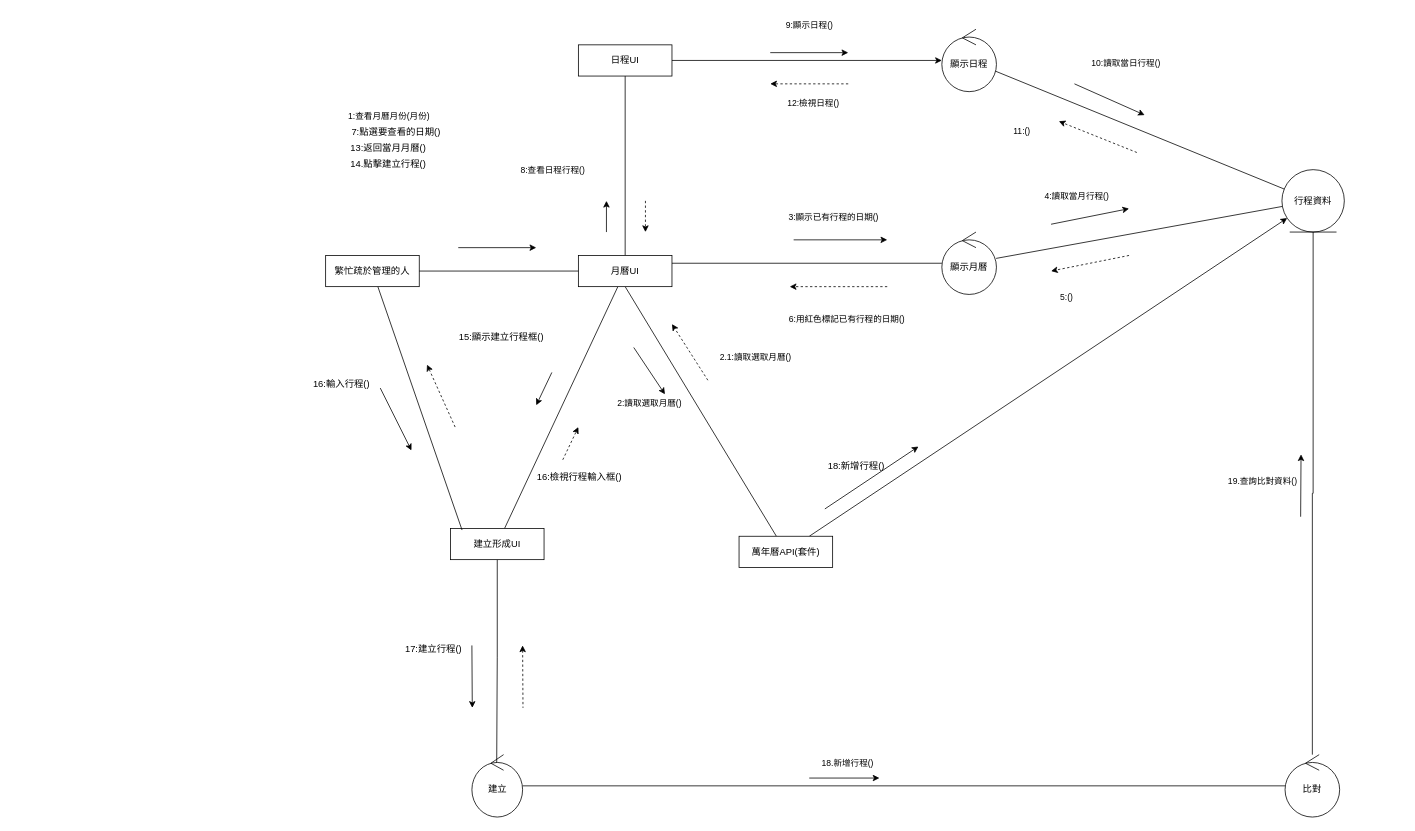
Earlier version of the draw.io diagram 未命名绘图.drawio (Kevincheng0804/Graduation-Topic). Source tidied: cells renumbered, new cells numbered last; positions are measured from the earlier drawing's top-left corner, leaving out a move shared by most shapes. Both pictures are drawn from the tidied source at 78%, with x=0, y=0 at pixel (302, 13).
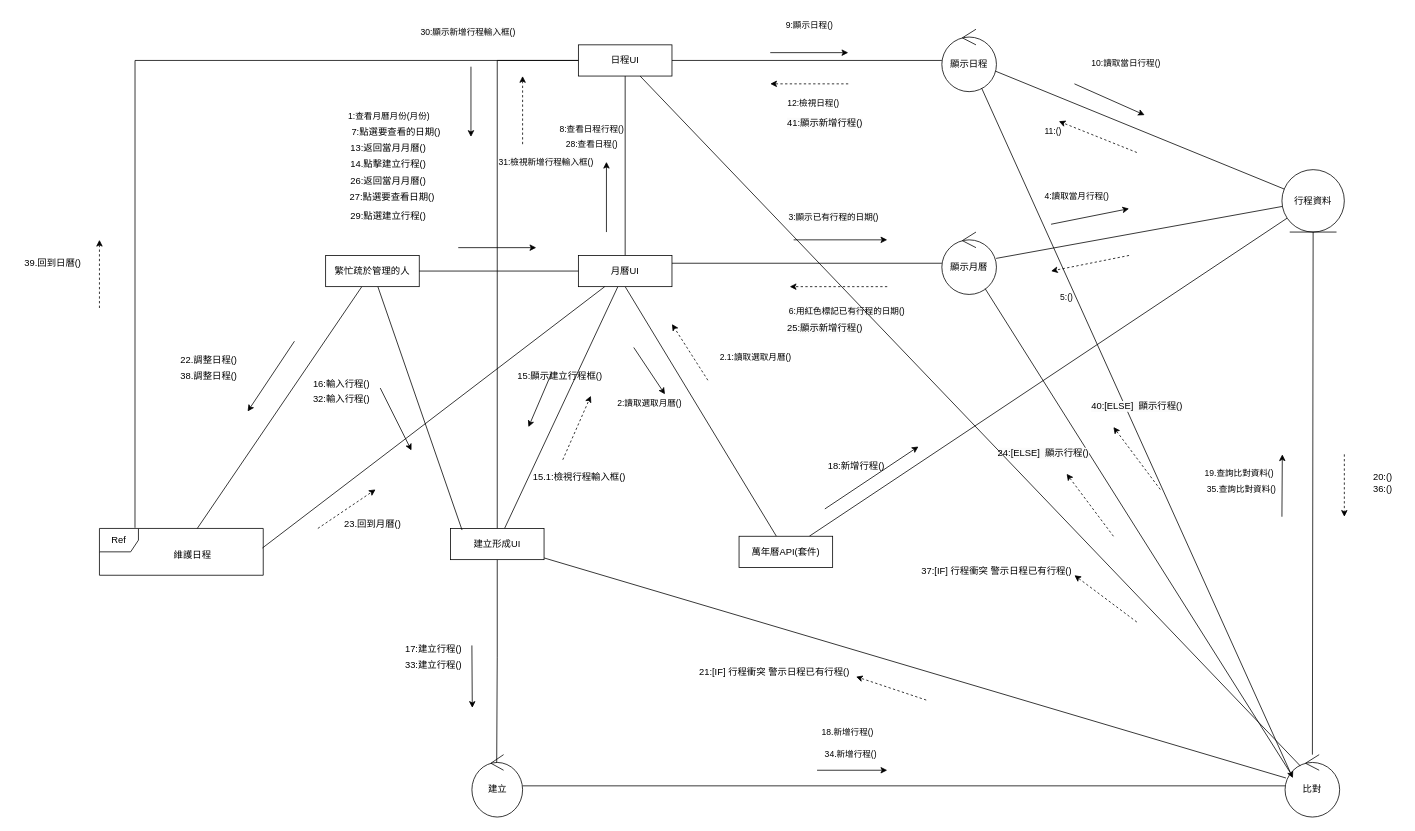
The same diagram, later.

Commit message:
更新未命名绘图.drawio

Unchanged cells that the change refers to:
```xml
<mxCell id="4" style="edgeStyle=orthogonalEdgeStyle;rounded=0;jettySize=auto;html=1;endArrow=none;endFill=0;" parent="1" edge="1" source="7" target="9">
  <mxGeometry relative="1" as="geometry" />
</mxCell>
<mxCell id="7" value="&lt;div&gt;&lt;span style=&quot;background-color: initial;&quot;&gt;月曆UI&lt;/span&gt;&lt;/div&gt;" style="rounded=0;whiteSpace=wrap;html=1;" parent="1" vertex="1">
  <mxGeometry x="354" y="310" width="120" height="40" as="geometry" />
</mxCell>
<mxCell id="9" value="日程UI" style="rounded=0;whiteSpace=wrap;html=1;" parent="1" vertex="1">
  <mxGeometry x="354" y="40" width="120" height="40" as="geometry" />
</mxCell>
<mxCell id="11" value="萬年曆API(套件)" style="rounded=0;whiteSpace=wrap;html=1;" parent="1" vertex="1">
  <mxGeometry x="560" y="670" width="120" height="40" as="geometry" />
</mxCell>
<mxCell id="13" value="建立形成UI" style="rounded=0;whiteSpace=wrap;html=1;" parent="1" vertex="1">
  <mxGeometry x="190" y="660" width="120" height="40" as="geometry" />
</mxCell>
<mxCell id="15" value="繁忙疏於管理的人" style="rounded=0;whiteSpace=wrap;html=1;" parent="1" vertex="1">
  <mxGeometry x="30" y="310" width="120" height="40" as="geometry" />
</mxCell>
<mxCell id="40" value="顯示月曆" style="ellipse;shape=umlControl;whiteSpace=wrap;html=1;" parent="1" vertex="1">
  <mxGeometry x="820" y="280" width="70" height="80" as="geometry" />
</mxCell>
<mxCell id="41" style="edgeStyle=orthogonalEdgeStyle;rounded=0;jettySize=auto;html=1;endArrow=none;endFill=0;" parent="1" edge="1" source="43" target="49">
  <mxGeometry relative="1" as="geometry" />
</mxCell>
<mxCell id="44" value="行程資料" style="ellipse;shape=umlEntity;whiteSpace=wrap;html=1;" parent="1" vertex="1">
  <mxGeometry x="1256" y="200" width="80" height="80" as="geometry" />
</mxCell>
<mxCell id="46" value="顯示日程" style="ellipse;shape=umlControl;whiteSpace=wrap;html=1;" parent="1" vertex="1">
  <mxGeometry x="820" y="20" width="70" height="80" as="geometry" />
</mxCell>
<mxCell id="49" value="比對" style="ellipse;shape=umlControl;whiteSpace=wrap;html=1;" parent="1" vertex="1">
  <mxGeometry x="1260" y="950" width="70" height="80" as="geometry" />
</mxCell>
```

Diff of the diagram source:
```diff
@@
     <mxCell id="5" value="8:查看日程行程()" style="edgeLabel;html=1;align=center;verticalAlign=middle;" parent="4" vertex="1">
       <mxGeometry x="-0.62" y="3" relative="1" as="geometry">
-        <mxPoint x="-91" y="-66" as="offset" />
+        <mxPoint x="-41" y="-119" as="offset" />
       </mxGeometry>
     </mxCell>
@@
-    <mxCell id="8" style="edgeStyle=orthogonalEdgeStyle;rounded=0;jettySize=auto;html=1;" parent="1" edge="1" source="9" target="46">
+    <mxCell id="8" style="edgeStyle=orthogonalEdgeStyle;rounded=0;jettySize=auto;html=1;endArrow=none;endFill=0;" parent="1" edge="1" source="9" target="46">
       <mxGeometry relative="1" as="geometry" />
     </mxCell>
+    <mxCell id="77" style="edgeStyle=orthogonalEdgeStyle;rounded=0;jettySize=auto;html=1;endArrow=none;endFill=0;" parent="1" edge="1" source="9" target="13">
+      <mxGeometry relative="1" as="geometry" />
+    </mxCell>
@@
-    <mxCell id="10" style="rounded=0;jettySize=auto;html=1;" parent="1" edge="1" source="11" target="44">
+    <mxCell id="10" style="rounded=0;jettySize=auto;html=1;endArrow=none;endFill=0;" parent="1" edge="1" source="11" target="44">
       <mxGeometry relative="1" as="geometry" />
     </mxCell>
@@
+    <mxCell id="78" style="rounded=0;jettySize=auto;html=1;endArrow=none;endFill=0;" parent="1" edge="1" source="13" target="49">
+      <mxGeometry relative="1" as="geometry" />
+    </mxCell>
@@
+    <mxCell id="79" style="rounded=0;jettySize=auto;html=1;endArrow=none;endFill=0;" parent="1" edge="1" source="15" target="87">
+      <mxGeometry relative="1" as="geometry" />
+    </mxCell>
@@
     <mxCell id="29" style="html=1;rounded=0;" parent="1" edge="1">
       <mxGeometry relative="1" as="geometry">
         <mxPoint x="390" y="280" as="sourcePoint" />
-        <mxPoint x="390" y="240" as="targetPoint" />
+        <mxPoint x="390" y="190" as="targetPoint" />
       </mxGeometry>
     </mxCell>
@@
     <mxCell id="32" style="html=1;rounded=0;" parent="1" edge="1">
       <mxGeometry relative="1" as="geometry">
         <mxPoint x="320" y="460" as="sourcePoint" />
-        <mxPoint x="300" y="502" as="targetPoint" />
+        <mxPoint x="290" y="530" as="targetPoint" />
       </mxGeometry>
     </mxCell>
     <mxCell id="33" value="15:顯示建立行程框()" style="text;html=1;align=center;verticalAlign=middle;strokeColor=none;fillColor=none;" parent="1" vertex="1">
-      <mxGeometry x="190" y="400" width="130" height="30" as="geometry" />
+      <mxGeometry x="265" y="450" width="130" height="30" as="geometry" />
     </mxCell>
     <mxCell id="34" style="html=1;rounded=0;dashed=1;" parent="1" edge="1">
       <mxGeometry relative="1" as="geometry">
         <mxPoint x="334" y="572" as="sourcePoint" />
-        <mxPoint x="354" y="530" as="targetPoint" />
+        <mxPoint x="370" y="490" as="targetPoint" />
       </mxGeometry>
     </mxCell>
-    <mxCell id="35" value="16:檢視行程輸入框()" style="text;html=1;align=center;verticalAlign=middle;strokeColor=none;fillColor=none;" parent="1" vertex="1">
-      <mxGeometry x="290" y="580" width="130" height="30" as="geometry" />
+    <mxCell id="35" value="15.1:檢視行程輸入框()" style="text;html=1;align=center;verticalAlign=middle;strokeColor=none;fillColor=none;" parent="1" vertex="1">
+      <mxGeometry x="285" y="580" width="140" height="30" as="geometry" />
     </mxCell>
@@
-    <mxCell id="37" style="html=1;rounded=0;dashed=1;" parent="1" edge="1">
-      <mxGeometry relative="1" as="geometry">
-        <mxPoint x="440" y="240" as="sourcePoint" />
-        <mxPoint x="440" y="280" as="targetPoint" />
-      </mxGeometry>
-    </mxCell>
@@
     <mxCell id="42" value="18.新增行程()" style="edgeLabel;html=1;align=center;verticalAlign=middle;" parent="41" vertex="1">
       <mxGeometry x="-0.15" relative="1" as="geometry">
-        <mxPoint x="1" y="-30" as="offset" />
+        <mxPoint x="1" y="-70" as="offset" />
       </mxGeometry>
     </mxCell>
@@
-    <mxCell id="47" style="edgeStyle=orthogonalEdgeStyle;rounded=0;jettySize=auto;html=1;entryX=0.5;entryY=1;entryDx=0;entryDy=0;endArrow=none;endFill=0;" parent="1" edge="1" source="49" target="44">
+    <mxCell id="47" style="rounded=0;jettySize=auto;html=1;entryX=0.5;entryY=1;entryDx=0;entryDy=0;endArrow=none;endFill=0;" parent="1" edge="1" source="49" target="44">
       <mxGeometry relative="1" as="geometry" />
     </mxCell>
     <mxCell id="48" value="19.查詢比對資料()" style="edgeLabel;html=1;align=center;verticalAlign=middle;" parent="47" vertex="1">
       <mxGeometry x="-0.08" y="2" relative="1" as="geometry">
-        <mxPoint x="-63" y="-43" as="offset" />
+        <mxPoint x="-93" y="-53" as="offset" />
       </mxGeometry>
     </mxCell>
@@
     <mxCell id="53" value="&lt;span style=&quot;background-color: rgb(251, 251, 251);&quot;&gt;6:用紅色標記已有行程的日期()&lt;/span&gt;" style="edgeLabel;html=1;align=center;verticalAlign=middle;" parent="1" vertex="1">
-      <mxGeometry x="690" y="380" as="geometry">
+      <mxGeometry x="690" y="370" as="geometry">
         <mxPoint x="7" y="11" as="offset" />
       </mxGeometry>
     </mxCell>
@@
     <mxCell id="64" value="&lt;span style=&quot;color: rgb(0, 0, 0); font-family: Helvetica; font-size: 11px; font-style: normal; font-variant-ligatures: normal; font-variant-caps: normal; font-weight: 400; letter-spacing: normal; orphans: 2; text-align: center; text-indent: 0px; text-transform: none; widows: 2; word-spacing: 0px; -webkit-text-stroke-width: 0px; white-space: nowrap; background-color: rgb(255, 255, 255); text-decoration-thickness: initial; text-decoration-style: initial; text-decoration-color: initial; display: inline !important; float: none;&quot;&gt;11:()&lt;/span&gt;" style="text;whiteSpace=wrap;html=1;" parent="1" vertex="1">
-      <mxGeometry x="910" y="137" width="120" height="40" as="geometry" />
+      <mxGeometry x="950" y="137" width="120" height="40" as="geometry" />
     </mxCell>
@@
-    <mxCell id="69" style="html=1;rounded=0;dashed=1;startArrow=classic;startFill=1;endArrow=none;endFill=0;" parent="1" edge="1">
-      <mxGeometry relative="1" as="geometry">
-        <mxPoint x="282.5" y="810" as="sourcePoint" />
-        <mxPoint x="283" y="890" as="targetPoint" />
-      </mxGeometry>
-    </mxCell>
@@
-    <mxCell id="71" style="html=1;rounded=0;dashed=1;" parent="1" edge="1">
-      <mxGeometry relative="1" as="geometry">
-        <mxPoint x="196" y="530" as="sourcePoint" />
-        <mxPoint x="160" y="450" as="targetPoint" />
-      </mxGeometry>
-    </mxCell>
@@
     <mxCell id="75" style="html=1;rounded=0;startArrow=classic;startFill=1;endArrow=none;endFill=0;" parent="1" edge="1">
       <mxGeometry relative="1" as="geometry">
-        <mxPoint x="740" y="980" as="sourcePoint" />
-        <mxPoint x="650" y="980" as="targetPoint" />
+        <mxPoint x="750" y="970" as="sourcePoint" />
+        <mxPoint x="660" y="970" as="targetPoint" />
       </mxGeometry>
     </mxCell>
     <mxCell id="76" style="html=1;rounded=0;startArrow=classic;startFill=1;endArrow=none;endFill=0;" parent="1" edge="1">
       <mxGeometry relative="1" as="geometry">
-        <mxPoint x="1280.5" y="565" as="sourcePoint" />
-        <mxPoint x="1280" y="645" as="targetPoint" />
+        <mxPoint x="1256.5" y="565" as="sourcePoint" />
+        <mxPoint x="1256" y="645" as="targetPoint" />
       </mxGeometry>
     </mxCell>
+    <mxCell id="80" style="html=1;rounded=0;dashed=1;" parent="1" edge="1">
+      <mxGeometry relative="1" as="geometry">
+        <mxPoint x="1336" y="565" as="sourcePoint" />
+        <mxPoint x="1336" y="645" as="targetPoint" />
+      </mxGeometry>
+    </mxCell>
+    <mxCell id="81" style="html=1;rounded=0;dashed=1;" parent="1" edge="1">
+      <mxGeometry relative="1" as="geometry">
+        <mxPoint x="1040" y="670" as="sourcePoint" />
+        <mxPoint x="980" y="590" as="targetPoint" />
+      </mxGeometry>
+    </mxCell>
+    <mxCell id="82" value="21:[IF] 行程衝突 警示日程已有行程()" style="text;html=1;align=center;verticalAlign=middle;strokeColor=none;fillColor=none;" parent="1" vertex="1">
+      <mxGeometry x="495" y="830" width="220" height="30" as="geometry" />
+    </mxCell>
+    <mxCell id="83" style="html=1;rounded=0;dashed=1;" parent="1" edge="1">
+      <mxGeometry relative="1" as="geometry">
+        <mxPoint x="800" y="880" as="sourcePoint" />
+        <mxPoint x="710" y="850" as="targetPoint" />
+      </mxGeometry>
+    </mxCell>
+    <mxCell id="84" style="rounded=0;jettySize=auto;html=1;entryX=0.124;entryY=0.328;entryDx=0;entryDy=0;entryPerimeter=0;endArrow=none;endFill=0;" parent="1" edge="1" source="40" target="49">
+      <mxGeometry relative="1" as="geometry" />
+    </mxCell>
+    <mxCell id="85" value="&lt;span style=&quot;color: rgb(0, 0, 0); font-family: Helvetica; font-size: 12px; font-style: normal; font-variant-ligatures: normal; font-variant-caps: normal; font-weight: 400; letter-spacing: normal; orphans: 2; text-align: center; text-indent: 0px; text-transform: none; widows: 2; word-spacing: 0px; -webkit-text-stroke-width: 0px; white-space: nowrap; background-color: rgb(251, 251, 251); text-decoration-thickness: initial; text-decoration-style: initial; text-decoration-color: initial; display: inline !important; float: none;&quot;&gt;24:[ELSE]&amp;nbsp; 顯示行程()&lt;/span&gt;" style="text;whiteSpace=wrap;html=1;" parent="1" vertex="1">
+      <mxGeometry x="890" y="550" width="190" height="40" as="geometry" />
+    </mxCell>
+    <mxCell id="86" value="22.調整日程()" style="text;html=1;align=center;verticalAlign=middle;strokeColor=none;fillColor=none;" parent="1" vertex="1">
+      <mxGeometry x="-170" y="430" width="100" height="30" as="geometry" />
+    </mxCell>
+    <mxCell id="87" value="Ref" style="shape=umlFrame;whiteSpace=wrap;html=1;width=50;" parent="1" vertex="1">
+      <mxGeometry x="-260" y="660" width="210" height="60" as="geometry" />
+    </mxCell>
+    <mxCell id="88" value="&lt;div&gt;&lt;span style=&quot;background-color: initial;&quot;&gt;維護日程&lt;/span&gt;&lt;/div&gt;" style="text;align=center;html=1;" parent="87" vertex="1">
+      <mxGeometry width="100" height="20" relative="1" as="geometry">
+        <mxPoint x="69" y="20" as="offset" />
+      </mxGeometry>
+    </mxCell>
+    <mxCell id="89" style="rounded=0;jettySize=auto;html=1;entryX=0.995;entryY=0.418;entryDx=0;entryDy=0;entryPerimeter=0;endArrow=none;endFill=0;" parent="1" edge="1" source="7" target="87">
+      <mxGeometry relative="1" as="geometry" />
+    </mxCell>
+    <mxCell id="90" style="html=1;rounded=0;" parent="1" edge="1">
+      <mxGeometry relative="1" as="geometry">
+        <mxPoint x="-10" y="420" as="sourcePoint" />
+        <mxPoint x="-70" y="510" as="targetPoint" />
+      </mxGeometry>
+    </mxCell>
+    <mxCell id="91" style="html=1;rounded=0;dashed=1;" parent="1" edge="1">
+      <mxGeometry relative="1" as="geometry">
+        <mxPoint x="20" y="660" as="sourcePoint" />
+        <mxPoint x="94" y="610" as="targetPoint" />
+      </mxGeometry>
+    </mxCell>
+    <mxCell id="92" value="23.回到月曆()" style="text;html=1;align=center;verticalAlign=middle;strokeColor=none;fillColor=none;" parent="1" vertex="1">
+      <mxGeometry x="40" y="640" width="100" height="30" as="geometry" />
+    </mxCell>
+    <mxCell id="93" value="&lt;span style=&quot;color: rgb(0, 0, 0); font-family: Helvetica; font-size: 12px; font-style: normal; font-variant-ligatures: normal; font-variant-caps: normal; font-weight: 400; letter-spacing: normal; orphans: 2; text-align: center; text-indent: 0px; text-transform: none; widows: 2; word-spacing: 0px; -webkit-text-stroke-width: 0px; white-space: nowrap; background-color: rgb(251, 251, 251); text-decoration-thickness: initial; text-decoration-style: initial; text-decoration-color: initial; display: inline !important; float: none;&quot;&gt;25:顯示新增行程()&lt;/span&gt;" style="text;whiteSpace=wrap;html=1;" parent="1" vertex="1">
+      <mxGeometry x="620" y="390" width="190" height="40" as="geometry" />
+    </mxCell>
+    <mxCell id="94" value="26:返回當月月曆()" style="text;html=1;align=center;verticalAlign=middle;strokeColor=none;fillColor=none;" parent="1" vertex="1">
+      <mxGeometry x="50" y="200" width="120" height="30" as="geometry" />
+    </mxCell>
+    <mxCell id="95" value="27:點選要查看日期()" style="text;html=1;align=center;verticalAlign=middle;strokeColor=none;fillColor=none;" parent="1" vertex="1">
+      <mxGeometry x="50" y="220" width="130" height="30" as="geometry" />
+    </mxCell>
+    <mxCell id="96" value="28:查看日程()" style="edgeLabel;html=1;align=center;verticalAlign=middle;" parent="1" vertex="1">
+      <mxGeometry x="370" y="166.8" as="geometry" />
+    </mxCell>
+    <mxCell id="97" value="29:點選建立行程()" style="text;html=1;align=center;verticalAlign=middle;strokeColor=none;fillColor=none;" parent="1" vertex="1">
+      <mxGeometry x="50" y="245" width="120" height="30" as="geometry" />
+    </mxCell>
+    <mxCell id="98" value="&lt;span style=&quot;color: rgb(0, 0, 0); font-family: Helvetica; font-size: 11px; font-style: normal; font-variant-ligatures: normal; font-variant-caps: normal; font-weight: 400; letter-spacing: normal; orphans: 2; text-align: center; text-indent: 0px; text-transform: none; widows: 2; word-spacing: 0px; -webkit-text-stroke-width: 0px; white-space: nowrap; background-color: rgb(251, 251, 251); text-decoration-thickness: initial; text-decoration-style: initial; text-decoration-color: initial; display: inline !important; float: none;&quot;&gt;30:顯示新增行程輸入框()&lt;/span&gt;" style="text;whiteSpace=wrap;html=1;" parent="1" vertex="1">
+      <mxGeometry x="150" y="10" width="160" height="40" as="geometry" />
+    </mxCell>
+    <mxCell id="99" style="html=1;rounded=0;startArrow=classic;startFill=1;endArrow=none;endFill=0;" parent="1" edge="1">
+      <mxGeometry relative="1" as="geometry">
+        <mxPoint x="216.3" y="158" as="sourcePoint" />
+        <mxPoint x="216.3" y="68" as="targetPoint" />
+      </mxGeometry>
+    </mxCell>
+    <mxCell id="100" style="html=1;rounded=0;dashed=1;startArrow=classic;startFill=1;endArrow=none;endFill=0;" parent="1" edge="1">
+      <mxGeometry relative="1" as="geometry">
+        <mxPoint x="282.5" y="80" as="sourcePoint" />
+        <mxPoint x="282.5" y="170" as="targetPoint" />
+      </mxGeometry>
+    </mxCell>
+    <mxCell id="101" value="&lt;span style=&quot;color: rgb(0, 0, 0); font-family: Helvetica; font-size: 11px; font-style: normal; font-variant-ligatures: normal; font-variant-caps: normal; font-weight: 400; letter-spacing: normal; orphans: 2; text-align: center; text-indent: 0px; text-transform: none; widows: 2; word-spacing: 0px; -webkit-text-stroke-width: 0px; white-space: nowrap; background-color: rgb(251, 251, 251); text-decoration-thickness: initial; text-decoration-style: initial; text-decoration-color: initial; display: inline !important; float: none;&quot;&gt;31:檢視新增行程輸入框()&lt;/span&gt;" style="text;whiteSpace=wrap;html=1;" parent="1" vertex="1">
+      <mxGeometry x="250" y="177" width="160" height="40" as="geometry" />
+    </mxCell>
+    <mxCell id="102" value="32:輸入行程()" style="text;html=1;align=center;verticalAlign=middle;strokeColor=none;fillColor=none;" parent="1" vertex="1">
+      <mxGeometry y="480" width="100" height="30" as="geometry" />
+    </mxCell>
+    <mxCell id="103" value="33:建立行程()" style="text;html=1;align=center;verticalAlign=middle;strokeColor=none;fillColor=none;" parent="1" vertex="1">
+      <mxGeometry x="117.5" y="820" width="100" height="30" as="geometry" />
+    </mxCell>
+    <mxCell id="104" value="34.新增行程()" style="edgeLabel;html=1;align=center;verticalAlign=middle;" parent="1" vertex="1">
+      <mxGeometry x="700" y="950" as="geometry">
+        <mxPoint x="2" y="-2" as="offset" />
+      </mxGeometry>
+    </mxCell>
+    <mxCell id="105" value="35.查詢比對資料()" style="edgeLabel;html=1;align=center;verticalAlign=middle;" parent="1" vertex="1">
+      <mxGeometry x="1220" y="580" as="geometry">
+        <mxPoint x="-17" y="29" as="offset" />
+      </mxGeometry>
+    </mxCell>
+    <mxCell id="106" value="36:()" style="text;html=1;align=center;verticalAlign=middle;strokeColor=none;fillColor=none;" parent="1" vertex="1">
+      <mxGeometry x="1360" y="595" width="50" height="30" as="geometry" />
+    </mxCell>
+    <mxCell id="107" value="20:()" style="text;html=1;align=center;verticalAlign=middle;strokeColor=none;fillColor=none;" parent="1" vertex="1">
+      <mxGeometry x="1360" y="580" width="50" height="30" as="geometry" />
+    </mxCell>
+    <mxCell id="108" style="rounded=0;jettySize=auto;html=1;entryX=0.282;entryY=0.183;entryDx=0;entryDy=0;entryPerimeter=0;endArrow=none;endFill=0;" parent="1" edge="1" source="9" target="49">
+      <mxGeometry relative="1" as="geometry" />
+    </mxCell>
+    <mxCell id="109" style="html=1;rounded=0;dashed=1;" parent="1" edge="1">
+      <mxGeometry relative="1" as="geometry">
+        <mxPoint x="1070" y="780" as="sourcePoint" />
+        <mxPoint x="990" y="720" as="targetPoint" />
+      </mxGeometry>
+    </mxCell>
+    <mxCell id="110" value="37:[IF] 行程衝突 警示日程已有行程()" style="text;html=1;align=center;verticalAlign=middle;strokeColor=none;fillColor=none;" parent="1" vertex="1">
+      <mxGeometry x="780" y="700" width="220" height="30" as="geometry" />
+    </mxCell>
+    <mxCell id="111" value="38.調整日程()" style="text;html=1;align=center;verticalAlign=middle;strokeColor=none;fillColor=none;" parent="1" vertex="1">
+      <mxGeometry x="-170" y="450" width="100" height="30" as="geometry" />
+    </mxCell>
+    <mxCell id="112" style="edgeStyle=orthogonalEdgeStyle;rounded=0;jettySize=auto;html=1;entryX=0.217;entryY=-0.014;entryDx=0;entryDy=0;entryPerimeter=0;endArrow=none;endFill=0;" parent="1" edge="1" source="9" target="87">
+      <mxGeometry relative="1" as="geometry" />
+    </mxCell>
+    <mxCell id="113" value="39.回到日曆()" style="text;html=1;align=center;verticalAlign=middle;strokeColor=none;fillColor=none;" parent="1" vertex="1">
+      <mxGeometry x="-370" y="305" width="100" height="30" as="geometry" />
+    </mxCell>
+    <mxCell id="114" style="html=1;rounded=0;dashed=1;startArrow=classic;startFill=1;endArrow=none;endFill=0;" parent="1" edge="1">
+      <mxGeometry relative="1" as="geometry">
+        <mxPoint x="-260" y="290" as="sourcePoint" />
+        <mxPoint x="-260" y="380" as="targetPoint" />
+      </mxGeometry>
+    </mxCell>
+    <mxCell id="115" style="rounded=0;jettySize=auto;html=1;entryX=0.143;entryY=0.375;entryDx=0;entryDy=0;entryPerimeter=0;" parent="1" edge="1" source="46" target="49">
+      <mxGeometry relative="1" as="geometry" />
+    </mxCell>
+    <mxCell id="116" value="&lt;span style=&quot;color: rgb(0, 0, 0); font-family: Helvetica; font-size: 12px; font-style: normal; font-variant-ligatures: normal; font-variant-caps: normal; font-weight: 400; letter-spacing: normal; orphans: 2; text-align: center; text-indent: 0px; text-transform: none; widows: 2; word-spacing: 0px; -webkit-text-stroke-width: 0px; white-space: nowrap; background-color: rgb(251, 251, 251); text-decoration-thickness: initial; text-decoration-style: initial; text-decoration-color: initial; display: inline !important; float: none;&quot;&gt;40:[ELSE]&amp;nbsp; 顯示行程()&lt;/span&gt;" style="text;whiteSpace=wrap;html=1;" parent="1" vertex="1">
+      <mxGeometry x="1010" y="490" width="190" height="40" as="geometry" />
+    </mxCell>
+    <mxCell id="117" style="html=1;rounded=0;dashed=1;" parent="1" edge="1">
+      <mxGeometry relative="1" as="geometry">
+        <mxPoint x="1100" y="610" as="sourcePoint" />
+        <mxPoint x="1040" y="530" as="targetPoint" />
+      </mxGeometry>
+    </mxCell>
+    <mxCell id="118" value="&lt;span style=&quot;color: rgb(0, 0, 0); font-family: Helvetica; font-size: 12px; font-style: normal; font-variant-ligatures: normal; font-variant-caps: normal; font-weight: 400; letter-spacing: normal; orphans: 2; text-align: center; text-indent: 0px; text-transform: none; widows: 2; word-spacing: 0px; -webkit-text-stroke-width: 0px; white-space: nowrap; background-color: rgb(251, 251, 251); text-decoration-thickness: initial; text-decoration-style: initial; text-decoration-color: initial; display: inline !important; float: none;&quot;&gt;41:顯示新增行程()&lt;/span&gt;" style="text;whiteSpace=wrap;html=1;" parent="1" vertex="1">
+      <mxGeometry x="620" y="127" width="190" height="40" as="geometry" />
+    </mxCell>
```
